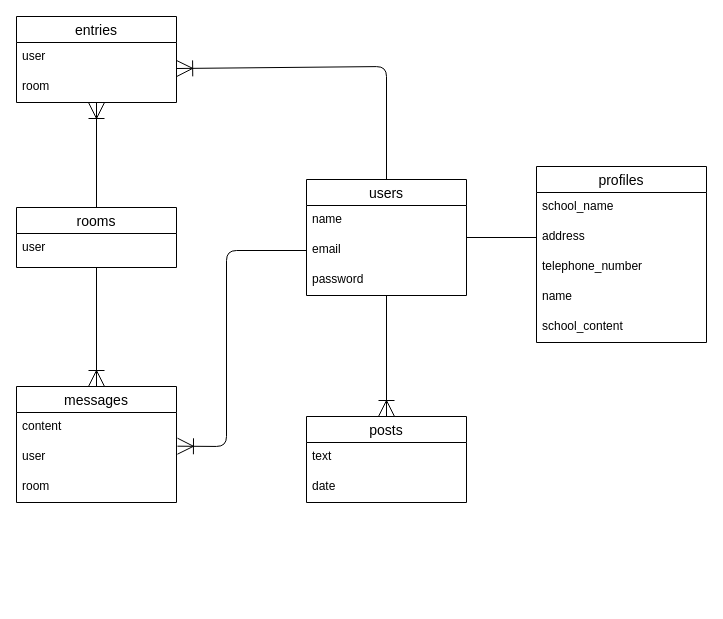
Before: test.dio in inoue-ryoki/awa-tech, a draw.io diagram. Source tidied: cells renumbered, new cells numbered last; positions are measured from the earlier drawing's top-left corner, leaving out a move shared by most shapes. Both pictures are drawn from the tidied source at 100%, with x=0, y=0 at pixel (16, 16).
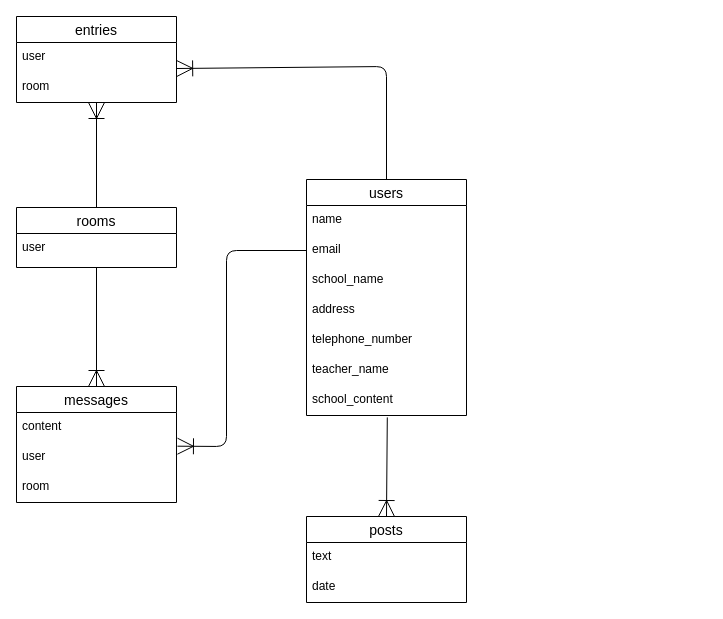
After the change.

Diff of the diagram source:
```diff
@@
-    <mxCell id="2" style="edgeStyle=none;html=1;entryX=0;entryY=0.5;entryDx=0;entryDy=0;endArrow=none;endFill=0;" parent="1" edge="1" source="5" target="11">
-      <mxGeometry relative="1" as="geometry" />
-    </mxCell>
-    <mxCell id="3" style="edgeStyle=none;html=1;entryX=0.5;entryY=0;entryDx=0;entryDy=0;endArrow=ERoneToMany;endFill=0;endSize=14;" parent="1" edge="1" source="5" target="26">
+    <mxCell id="3" style="edgeStyle=none;html=1;entryX=0.5;entryY=0;entryDx=0;entryDy=0;endArrow=ERoneToMany;endFill=0;endSize=14;exitX=0.505;exitY=1.064;exitDx=0;exitDy=0;exitPerimeter=0;" parent="1" edge="1" source="14" target="26">
       <mxGeometry relative="1" as="geometry" />
     </mxCell>
@@
     <mxCell id="5" value="users" style="swimlane;fontStyle=0;horizontal=1;startSize=26;align=center;fontSize=14;" parent="1" vertex="1">
-      <mxGeometry x="290" y="163" width="160" height="116" as="geometry" />
+      <mxGeometry x="290" y="163" width="160" height="236" as="geometry" />
     </mxCell>
@@
-    <mxCell id="8" value="password" style="text;strokeColor=none;fillColor=none;spacingLeft=4;spacingRight=4;overflow=hidden;fontSize=12;" parent="5" vertex="1">
+    <mxCell id="8" value="school_name" style="text;strokeColor=none;fillColor=none;spacingLeft=4;spacingRight=4;overflow=hidden;fontSize=12;" parent="5" vertex="1">
       <mxGeometry y="86" width="160" height="30" as="geometry" />
     </mxCell>
-    <mxCell id="9" value="profiles" style="swimlane;fontStyle=0;horizontal=1;startSize=26;align=center;fontSize=14;" parent="1" vertex="1">
-      <mxGeometry x="520" y="150" width="170" height="176" as="geometry" />
-    </mxCell>
-    <mxCell id="10" value="school_name" style="text;strokeColor=none;fillColor=none;spacingLeft=4;spacingRight=4;overflow=hidden;fontSize=12;" parent="9" vertex="1">
-      <mxGeometry y="26" width="170" height="30" as="geometry" />
-    </mxCell>
-    <mxCell id="11" value="address" style="text;strokeColor=none;fillColor=none;spacingLeft=4;spacingRight=4;overflow=hidden;points=[[0,0.5],[1,0.5]];portConstraint=eastwest;fontSize=12;" parent="9" vertex="1">
-      <mxGeometry y="56" width="170" height="30" as="geometry" />
+    <mxCell id="11" value="address" style="text;strokeColor=none;fillColor=none;spacingLeft=4;spacingRight=4;overflow=hidden;points=[[0,0.5],[1,0.5]];portConstraint=eastwest;fontSize=12;" parent="5" vertex="1">
+      <mxGeometry y="116" width="160" height="30" as="geometry" />
     </mxCell>
-    <mxCell id="12" value="telephone_number" style="text;strokeColor=none;fillColor=none;spacingLeft=4;spacingRight=4;overflow=hidden;fontSize=12;" parent="9" vertex="1">
-      <mxGeometry y="86" width="170" height="30" as="geometry" />
+    <mxCell id="12" value="telephone_number" style="text;strokeColor=none;fillColor=none;spacingLeft=4;spacingRight=4;overflow=hidden;fontSize=12;" parent="5" vertex="1">
+      <mxGeometry y="146" width="160" height="30" as="geometry" />
     </mxCell>
-    <mxCell id="13" value="name" style="text;strokeColor=none;fillColor=none;spacingLeft=4;spacingRight=4;overflow=hidden;fontSize=12;" parent="9" vertex="1">
-      <mxGeometry y="116" width="170" height="30" as="geometry" />
-    </mxCell>
+    <mxCell id="30" value="teacher_name" style="text;strokeColor=none;fillColor=none;spacingLeft=4;spacingRight=4;overflow=hidden;fontSize=12;" parent="5" vertex="1">
+      <mxGeometry y="176" width="160" height="30" as="geometry" />
+    </mxCell>
-    <mxCell id="14" value="school_content" style="text;strokeColor=none;fillColor=none;spacingLeft=4;spacingRight=4;overflow=hidden;points=[[0,0.5],[1,0.5]];portConstraint=eastwest;fontSize=12;" parent="9" vertex="1">
-      <mxGeometry y="146" width="170" height="30" as="geometry" />
+    <mxCell id="14" value="school_content" style="text;strokeColor=none;fillColor=none;spacingLeft=4;spacingRight=4;overflow=hidden;points=[[0,0.5],[1,0.5]];portConstraint=eastwest;fontSize=12;" parent="5" vertex="1">
+      <mxGeometry y="206" width="160" height="30" as="geometry" />
     </mxCell>
@@
     <mxCell id="26" value="posts" style="swimlane;fontStyle=0;horizontal=1;startSize=26;align=center;fontSize=14;" parent="1" vertex="1">
-      <mxGeometry x="290" y="400" width="160" height="86" as="geometry" />
+      <mxGeometry x="290" y="500" width="160" height="86" as="geometry" />
     </mxCell>
```
